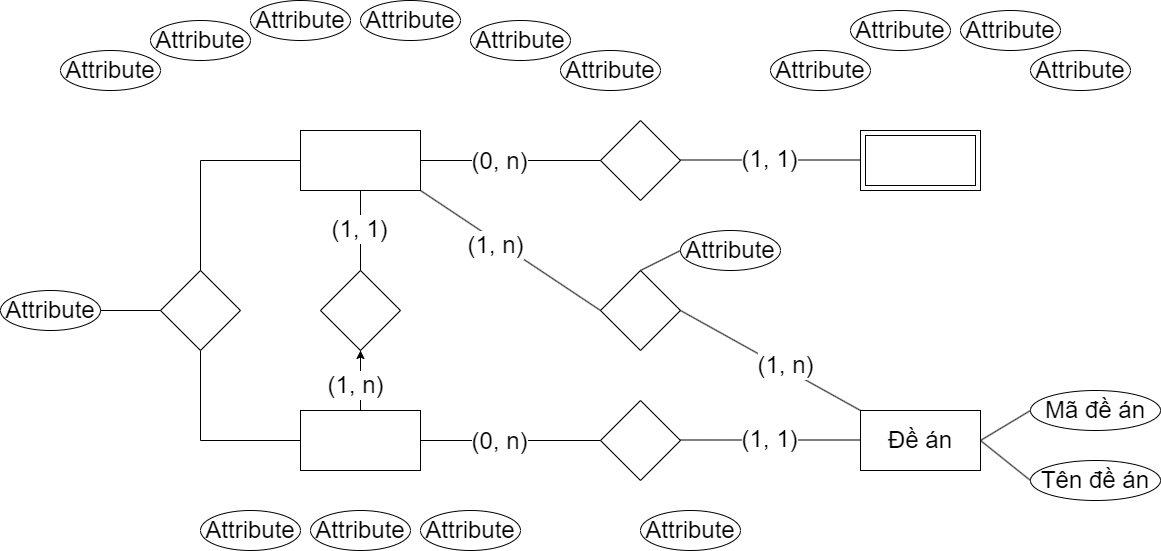
Earlier version of the draw.io export Chương 2.png (datnham0212/learning). Source tidied: cells renumbered, new cells last; positions are measured from the earlier drawing's top-left corner, leaving out a move shared by most shapes.
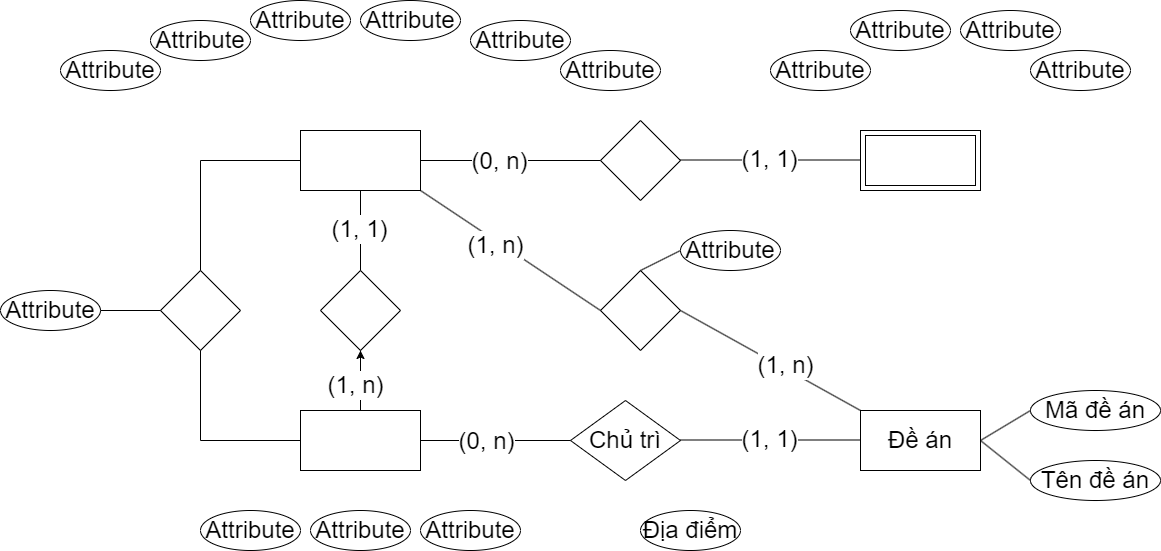
Later version of the same file.

What changed in the source:
```diff
@@ -75,7 +75,7 @@
     <mxCell id="23" value="Attribute" style="ellipse;whiteSpace=wrap;html=1;align=center;fontSize=24;" parent="1" vertex="1">
       <mxGeometry x="420" y="510" width="100" height="40" as="geometry" />
     </mxCell>
-    <mxCell id="24" value="Attribute" style="ellipse;whiteSpace=wrap;html=1;align=center;fontSize=24;" parent="1" vertex="1">
+    <mxCell id="24" value="Địa điểm" style="ellipse;whiteSpace=wrap;html=1;align=center;fontSize=24;" parent="1" vertex="1">
       <mxGeometry x="640" y="510" width="100" height="40" as="geometry" />
     </mxCell>
     <mxCell id="25" value="&lt;span style=&quot;font-size: 24px;&quot;&gt;(1, 1)&lt;/span&gt;" style="edgeLabel;html=1;align=center;verticalAlign=middle;fontSize=24;" parent="1" vertex="1">
@@ -83,8 +83,8 @@
         <mxPoint x="-12" y="8" as="offset" />
       </mxGeometry>
     </mxCell>
-    <mxCell id="26" style="rhombus;whiteSpace=wrap;html=1;fontSize=24;" parent="1" vertex="1">
-      <mxGeometry x="600" y="400" width="80" height="80" as="geometry" />
+    <mxCell id="26" value="Chủ trì" style="rhombus;whiteSpace=wrap;html=1;fontSize=24;" parent="1" vertex="1">
+      <mxGeometry x="570" y="400" width="110" height="80" as="geometry" />
     </mxCell>
     <mxCell id="27" style="endArrow=none;html=1;rounded=0;entryX=0;entryY=0.5;entryDx=0;entryDy=0;fontSize=24;" parent="1" edge="1" target="26">
       <mxGeometry relative="1" as="geometry">
```
